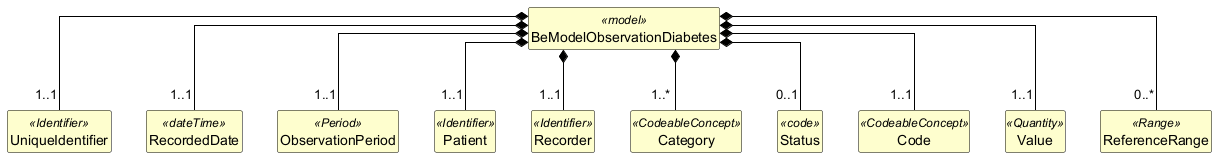
Before: exports/diagrams/BeModelObservationDiabetes-uml.png, a diagram exported from PlantUML (caresets/caresets-src).
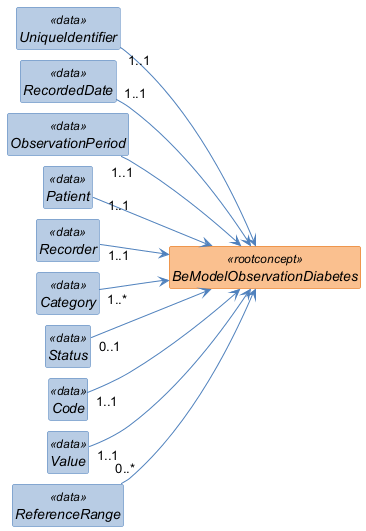
After the change.

Diff of the diagram source:
```diff
@@ -1,58 +1,65 @@
 @startuml
+left to right direction
 skinparam shadowing false
+skinparam nodesep 10
+skinparam ranksep 40
 skinparam classAttributeIconSize 0
-skinparam linetype ortho
 skinparam class {
-  BackgroundColor #FEFECE
-  BorderColor #000000
-  ArrowColor #000000
-  FontStyle bold
-  AttributeFontStyle normal
+  FontStyle italic
+  BackgroundColor<<rootconcept>> #FAC08F
+  BorderColor<<rootconcept>> #E36C0A
+  BackgroundColor<<data>> #B8CCE4
+  BorderColor<<data>> #4F81BD
+  BackgroundColor<<reference>> #D9D9D9
+  BorderColor<<reference>> #808080
+  BackgroundColor<<value set>> #C3D69B
+  BorderColor<<value set>> #77933C
+  ArrowColor #4F81BD
 }
 hide circle
 hide empty members
 
-class "BeModelObservationDiabetes" as BeModelObservationDiabetes <<model>> {
+class "BeModelObservationDiabetes" as BeModelObservationDiabetes <<rootconcept>> {
 }
 
-class "UniqueIdentifier" as BeModelObservationDiabetes_UniqueIdentifier <<Identifier>> {
+class "UniqueIdentifier" as BeModelObservationDiabetes_UniqueIdentifier <<data>> {
 }
 
-class "RecordedDate" as BeModelObservationDiabetes_RecordedDate <<dateTime>> {
+class "RecordedDate" as BeModelObservationDiabetes_RecordedDate <<data>> {
 }
 
-class "ObservationPeriod" as BeModelObservationDiabetes_ObservationPeriod <<Period>> {
+class "ObservationPeriod" as BeModelObservationDiabetes_ObservationPeriod <<data>> {
 }
 
-class "Patient" as BeModelObservationDiabetes_Patient <<Identifier>> {
+class "Patient" as BeModelObservationDiabetes_Patient <<data>> {
 }
 
-class "Recorder" as BeModelObservationDiabetes_Recorder <<Identifier>> {
+class "Recorder" as BeModelObservationDiabetes_Recorder <<data>> {
 }
 
-class "Category" as BeModelObservationDiabetes_Category <<CodeableConcept>> {
+class "Category" as BeModelObservationDiabetes_Category <<data>> {
 }
 
-class "Status" as BeModelObservationDiabetes_Status <<code>> {
+class "Status" as BeModelObservationDiabetes_Status <<data>> {
 }
 
-class "Code" as BeModelObservationDiabetes_Code <<CodeableConcept>> {
+class "Code" as BeModelObservationDiabetes_Code <<data>> {
 }
 
-class "Value" as BeModelObservationDiabetes_Value <<Quantity>> {
+class "Value" as BeModelObservationDiabetes_Value <<data>> {
 }
 
-class "ReferenceRange" as BeModelObservationDiabetes_ReferenceRange <<Range>> {
+class "ReferenceRange" as BeModelObservationDiabetes_ReferenceRange <<data>> {
 }
 
-BeModelObservationDiabetes *-- "1..1" BeModelObservationDiabetes_UniqueIdentifier
-BeModelObservationDiabetes *-- "1..1" BeModelObservationDiabetes_RecordedDate
-BeModelObservationDiabetes *-- "1..1" BeModelObservationDiabetes_ObservationPeriod
-BeModelObservationDiabetes *-- "1..1" BeModelObservationDiabetes_Patient
-BeModelObservationDiabetes *-- "1..1" BeModelObservationDiabetes_Recorder
-BeModelObservationDiabetes *-- "1..*" BeModelObservationDiabetes_Category
-BeModelObservationDiabetes *-- "0..1" BeModelObservationDiabetes_Status
-BeModelObservationDiabetes *-- "1..1" BeModelObservationDiabetes_Code
-BeModelObservationDiabetes *-- "1..1" BeModelObservationDiabetes_Value
-BeModelObservationDiabetes *-- "0..*" BeModelObservationDiabetes_ReferenceRange
+BeModelObservationDiabetes_UniqueIdentifier "1..1" --> BeModelObservationDiabetes
+BeModelObservationDiabetes_RecordedDate "1..1" --> BeModelObservationDiabetes
+BeModelObservationDiabetes_ObservationPeriod "1..1" --> BeModelObservationDiabetes
+BeModelObservationDiabetes_Patient "1..1" --> BeModelObservationDiabetes
+BeModelObservationDiabetes_Recorder "1..1" --> BeModelObservationDiabetes
+BeModelObservationDiabetes_Category "1..*" --> BeModelObservationDiabetes
+BeModelObservationDiabetes_Status "0..1" --> BeModelObservationDiabetes
+BeModelObservationDiabetes_Code "1..1" --> BeModelObservationDiabetes
+BeModelObservationDiabetes_Value "1..1" --> BeModelObservationDiabetes
+BeModelObservationDiabetes_ReferenceRange "0..*" --> BeModelObservationDiabetes
 @enduml
```
